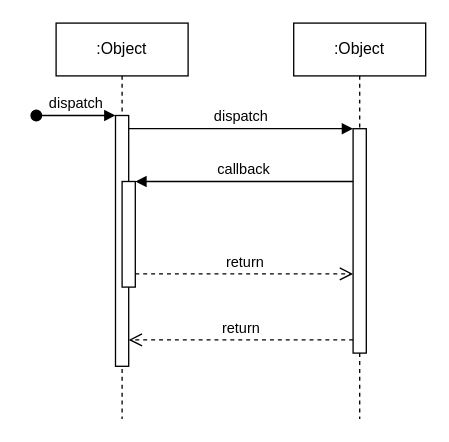
The draw.io diagram sequence 5 Diagram.drawio in Arisa-Ndreu/test, before the edit. Source tidied: cells renumbered, new cells numbered last; positions are measured from the earlier drawing's top-left corner, leaving out a move shared by most shapes. Both pictures are drawn from the tidied source at 132%, with x=0, y=0 at pixel (36, 22).
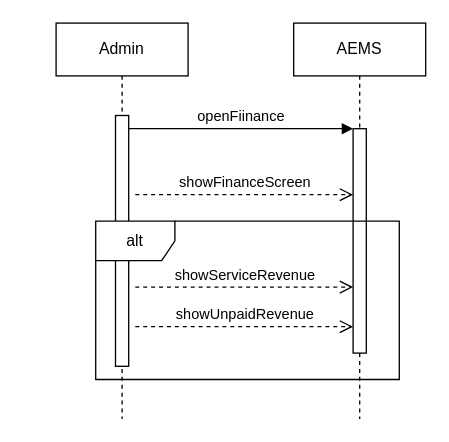
After the change.

What changed in the source:
```diff
@@
 <mxGraphModel>
   <root>
     <mxCell id="0" />
     <mxCell id="1" parent="0" />
-    <mxCell id="2" value=":Object" style="shape=umlLifeline;perimeter=lifelinePerimeter;whiteSpace=wrap;html=1;newEdgeStyle={&quot;edgeStyle&quot;:&quot;elbowEdgeStyle&quot;,&quot;elbow&quot;:&quot;vertical&quot;,&quot;curved&quot;:0,&quot;rounded&quot;:0};" parent="1" vertex="1">
+    <mxCell id="2" value="Admin" style="shape=umlLifeline;perimeter=lifelinePerimeter;whiteSpace=wrap;html=1;newEdgeStyle={&quot;edgeStyle&quot;:&quot;elbowEdgeStyle&quot;,&quot;elbow&quot;:&quot;vertical&quot;,&quot;curved&quot;:0,&quot;rounded&quot;:0};" parent="1" vertex="1">
       <mxGeometry x="15" width="100" height="300" as="geometry" />
     </mxCell>
     <mxCell id="3" style="html=1;points=[];perimeter=orthogonalPerimeter;outlineConnect=0;targetShapes=umlLifeline;portConstraint=eastwest;newEdgeStyle={&quot;edgeStyle&quot;:&quot;elbowEdgeStyle&quot;,&quot;elbow&quot;:&quot;vertical&quot;,&quot;curved&quot;:0,&quot;rounded&quot;:0};" parent="2" vertex="1">
       <mxGeometry x="45" y="70" width="10" height="190" as="geometry" />
     </mxCell>
-    <mxCell id="4" value="dispatch" style="html=1;verticalAlign=bottom;startArrow=oval;endArrow=block;startSize=8;edgeStyle=elbowEdgeStyle;elbow=vertical;curved=0;rounded=0;" parent="2" edge="1" target="3">
-      <mxGeometry relative="1" as="geometry">
-        <mxPoint x="-15" y="70" as="sourcePoint" />
-      </mxGeometry>
-    </mxCell>
-    <mxCell id="5" style="html=1;points=[];perimeter=orthogonalPerimeter;outlineConnect=0;targetShapes=umlLifeline;portConstraint=eastwest;newEdgeStyle={&quot;edgeStyle&quot;:&quot;elbowEdgeStyle&quot;,&quot;elbow&quot;:&quot;vertical&quot;,&quot;curved&quot;:0,&quot;rounded&quot;:0};" parent="2" vertex="1">
-      <mxGeometry x="50" y="120" width="10" height="80" as="geometry" />
-    </mxCell>
-    <mxCell id="6" value=":Object" style="shape=umlLifeline;perimeter=lifelinePerimeter;whiteSpace=wrap;html=1;newEdgeStyle={&quot;edgeStyle&quot;:&quot;elbowEdgeStyle&quot;,&quot;elbow&quot;:&quot;vertical&quot;,&quot;curved&quot;:0,&quot;rounded&quot;:0};" parent="1" vertex="1">
+    <mxCell id="6" value="AEMS" style="shape=umlLifeline;perimeter=lifelinePerimeter;whiteSpace=wrap;html=1;newEdgeStyle={&quot;edgeStyle&quot;:&quot;elbowEdgeStyle&quot;,&quot;elbow&quot;:&quot;vertical&quot;,&quot;curved&quot;:0,&quot;rounded&quot;:0};" parent="1" vertex="1">
       <mxGeometry x="195" width="100" height="300" as="geometry" />
     </mxCell>
     <mxCell id="7" style="html=1;points=[];perimeter=orthogonalPerimeter;outlineConnect=0;targetShapes=umlLifeline;portConstraint=eastwest;newEdgeStyle={&quot;edgeStyle&quot;:&quot;elbowEdgeStyle&quot;,&quot;elbow&quot;:&quot;vertical&quot;,&quot;curved&quot;:0,&quot;rounded&quot;:0};" parent="6" vertex="1">
       <mxGeometry x="45" y="80" width="10" height="170" as="geometry" />
     </mxCell>
-    <mxCell id="8" value="dispatch" style="html=1;verticalAlign=bottom;endArrow=block;edgeStyle=elbowEdgeStyle;elbow=vertical;curved=0;rounded=0;" parent="1" edge="1" source="3" target="7">
+    <mxCell id="8" value="openFiinance" style="html=1;verticalAlign=bottom;endArrow=block;edgeStyle=elbowEdgeStyle;elbow=vertical;curved=0;rounded=0;" parent="1" edge="1" source="3" target="7">
       <mxGeometry relative="1" as="geometry">
         <Array as="points">
           <mxPoint x="155" y="80" />
         </Array>
       </mxGeometry>
     </mxCell>
-    <mxCell id="9" value="return" style="html=1;verticalAlign=bottom;endArrow=open;dashed=1;endSize=8;edgeStyle=elbowEdgeStyle;elbow=vertical;curved=0;rounded=0;" parent="1" edge="1" source="7" target="3">
-      <mxGeometry relative="1" as="geometry">
-        <Array as="points">
-          <mxPoint x="165" y="240" />
-        </Array>
-      </mxGeometry>
-    </mxCell>
-    <mxCell id="10" value="callback" style="html=1;verticalAlign=bottom;endArrow=block;edgeStyle=elbowEdgeStyle;elbow=vertical;curved=0;rounded=0;" parent="1" edge="1" source="7" target="5">
-      <mxGeometry relative="1" as="geometry">
-        <Array as="points">
-          <mxPoint x="165" y="120" />
-        </Array>
-      </mxGeometry>
-    </mxCell>
-    <mxCell id="11" value="return" style="html=1;verticalAlign=bottom;endArrow=open;dashed=1;endSize=8;edgeStyle=elbowEdgeStyle;elbow=vertical;curved=0;rounded=0;" parent="1" edge="1" source="5" target="7">
+    <mxCell id="11" value="showFinanceScreen" style="html=1;verticalAlign=bottom;endArrow=open;dashed=1;endSize=8;edgeStyle=elbowEdgeStyle;elbow=vertical;curved=0;rounded=0;" parent="1" edge="1">
       <mxGeometry relative="1" as="geometry">
+        <mxPoint x="75" y="130" as="sourcePoint" />
+        <mxPoint x="240" y="130" as="targetPoint" />
         <Array as="points">
-          <mxPoint x="155" y="190" />
+          <mxPoint x="155" y="130" />
         </Array>
       </mxGeometry>
     </mxCell>
+    <mxCell id="12" value="alt" style="shape=umlFrame;whiteSpace=wrap;html=1;" parent="1" vertex="1">
+      <mxGeometry x="45" y="150" width="230" height="120" as="geometry" />
+    </mxCell>
+    <mxCell id="13" value="showServiceRevenue" style="html=1;verticalAlign=bottom;endArrow=open;dashed=1;endSize=8;edgeStyle=elbowEdgeStyle;elbow=vertical;curved=0;rounded=0;" parent="1" edge="1">
+      <mxGeometry relative="1" as="geometry">
+        <mxPoint x="75" y="200" as="sourcePoint" />
+        <mxPoint x="240" y="200" as="targetPoint" />
+        <Array as="points">
+          <mxPoint x="155" y="200" />
+        </Array>
+      </mxGeometry>
+    </mxCell>
+    <mxCell id="14" value="showUnpaidRevenue" style="html=1;verticalAlign=bottom;endArrow=open;dashed=1;endSize=8;edgeStyle=elbowEdgeStyle;elbow=vertical;curved=0;rounded=0;" parent="1" edge="1">
+      <mxGeometry relative="1" as="geometry">
+        <mxPoint x="75" y="230" as="sourcePoint" />
+        <mxPoint x="240" y="230" as="targetPoint" />
+        <Array as="points">
+          <mxPoint x="155" y="230" />
+        </Array>
+      </mxGeometry>
+    </mxCell>
   </root>
 </mxGraphModel>
```
